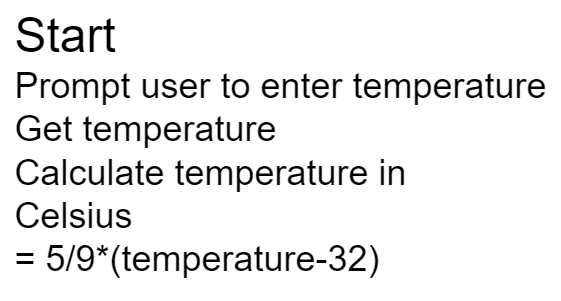
Above: Question 1 part i.drawio.png in Berna-K/CAT-2--Question-1 (draw.io), before the change. Source tidied: cells renumbered, new cells last; positions are measured from the earlier drawing's top-left corner, leaving out a move shared by most shapes.
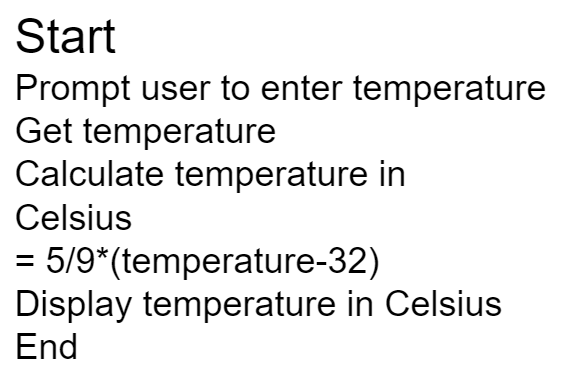
Later version of the same file.

Diff of the diagram source:
```diff
@@ -2,8 +2,8 @@
   <root>
     <mxCell id="0" />
     <mxCell id="1" parent="0" />
-    <mxCell id="2" value="&lt;div style=&quot;text-align: justify;&quot;&gt;&lt;font style=&quot;font-size: 48px;&quot;&gt;Start&lt;/font&gt;&lt;/div&gt;&lt;div style=&quot;text-align: justify;&quot;&gt;&lt;font style=&quot;font-size: 36px;&quot;&gt;Prompt user to enter temperature&lt;/font&gt;&lt;/div&gt;&lt;div style=&quot;text-align: justify;&quot;&gt;&lt;font style=&quot;font-size: 36px;&quot;&gt;Get temperature&lt;/font&gt;&lt;/div&gt;&lt;div style=&quot;text-align: justify;&quot;&gt;&lt;font style=&quot;font-size: 36px;&quot;&gt;Calculate temperature in&amp;nbsp;&lt;/font&gt;&lt;/div&gt;&lt;div style=&quot;text-align: justify;&quot;&gt;&lt;font style=&quot;font-size: 36px;&quot;&gt;Celsius&lt;/font&gt;&lt;/div&gt;&lt;div style=&quot;text-align: justify;&quot;&gt;&lt;font style=&quot;font-size: 36px;&quot;&gt;= 5/9*(temperature-32)&lt;/font&gt;&lt;/div&gt;&lt;div style=&quot;text-align: justify;&quot;&gt;&lt;br&gt;&lt;/div&gt;" style="text;html=1;align=center;verticalAlign=middle;fillColor=none;strokeColor=none;rounded=0;" parent="1" vertex="1">
-      <mxGeometry width="560" height="300" as="geometry" />
+    <mxCell id="2" value="&lt;div style=&quot;text-align: justify;&quot;&gt;&lt;font style=&quot;font-size: 48px;&quot;&gt;Start&lt;/font&gt;&lt;/div&gt;&lt;div style=&quot;text-align: justify;&quot;&gt;&lt;font style=&quot;font-size: 36px;&quot;&gt;Prompt user to enter temperature&lt;/font&gt;&lt;/div&gt;&lt;div style=&quot;text-align: justify;&quot;&gt;&lt;font style=&quot;font-size: 36px;&quot;&gt;Get temperature&lt;/font&gt;&lt;/div&gt;&lt;div style=&quot;text-align: justify;&quot;&gt;&lt;font style=&quot;font-size: 36px;&quot;&gt;Calculate temperature in&amp;nbsp;&lt;/font&gt;&lt;/div&gt;&lt;div style=&quot;text-align: justify;&quot;&gt;&lt;font style=&quot;font-size: 36px;&quot;&gt;Celsius&lt;/font&gt;&lt;/div&gt;&lt;div style=&quot;text-align: justify;&quot;&gt;&lt;font style=&quot;font-size: 36px;&quot;&gt;= 5/9*(temperature-32)&lt;/font&gt;&lt;/div&gt;&lt;div style=&quot;text-align: justify;&quot;&gt;&lt;font style=&quot;font-size: 36px;&quot;&gt;Display temperature in Celsius&lt;/font&gt;&lt;/div&gt;&lt;div style=&quot;text-align: justify;&quot;&gt;&lt;font style=&quot;font-size: 36px;&quot;&gt;End&lt;/font&gt;&lt;/div&gt;&lt;div style=&quot;text-align: justify;&quot;&gt;&lt;br&gt;&lt;/div&gt;" style="text;html=1;align=center;verticalAlign=middle;fillColor=none;strokeColor=none;rounded=0;" parent="1" vertex="1">
+      <mxGeometry width="560" height="390" as="geometry" />
     </mxCell>
   </root>
 </mxGraphModel>
```
